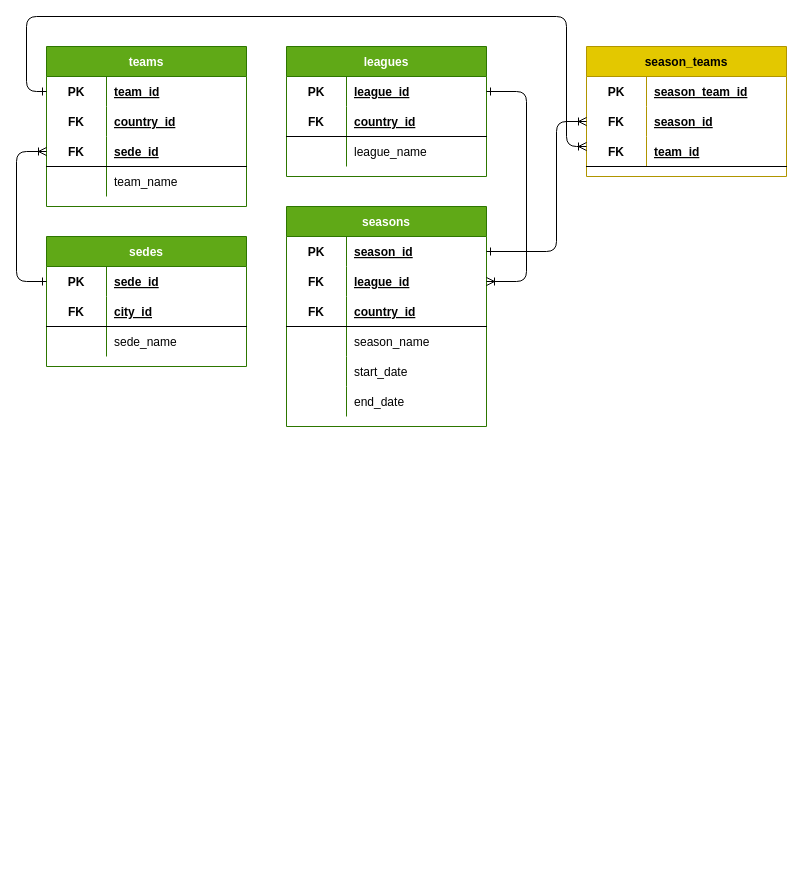
This is page "model" (2 of 2) of soccer_model.drawio from r3card0/soccer.stats, a draw.io file, before an edit. Source tidied: cells renumbered, new cells numbered last; positions are measured from the earlier drawing's top-left corner, leaving out a move shared by most shapes. Both pictures are drawn from the tidied source at 100%, with x=0, y=0 at pixel (16, 16).
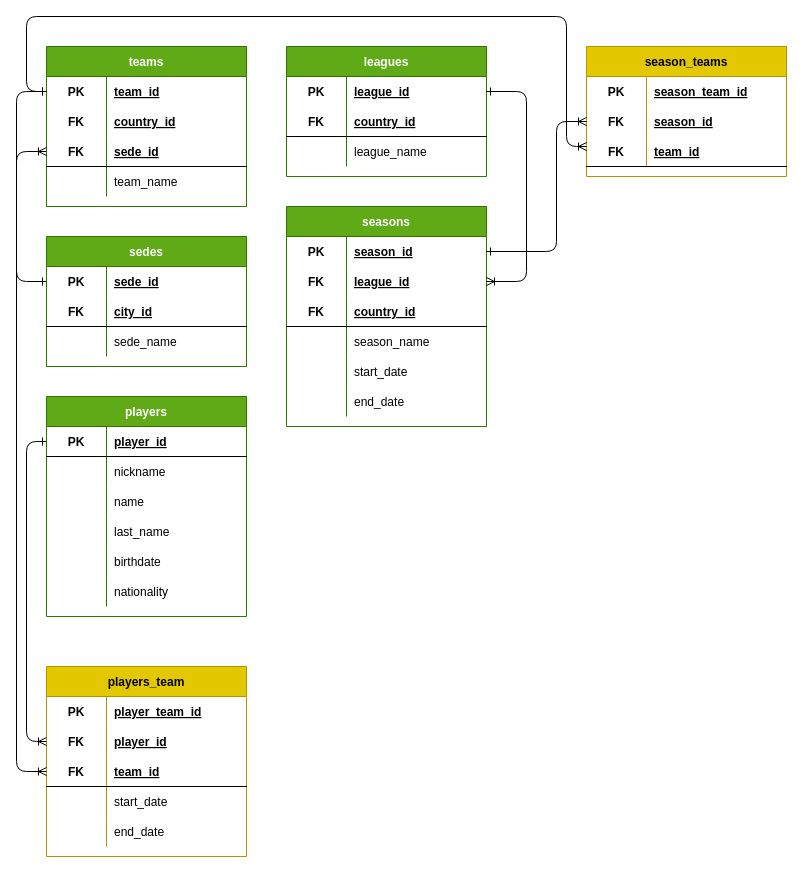
After the change.

Commit message:
players team model added

The change refers to these unchanged cells:
```xml
<mxCell id="3" style="shape=partialRectangle;fillColor=none;top=0;left=0;bottom=0;right=0;points=[[0,0.5],[1,0.5]];portConstraint=eastwest;" parent="2" vertex="1">
  <mxGeometry y="30" width="200" height="30" as="geometry" />
</mxCell>
```

What changed in the source:
```diff
@@
+    <mxCell id="68" value="players" style="shape=table;startSize=30;childLayout=tableLayout;rowLines=0;fontStyle=1;align=center;fillColor=#60a917;fontColor=#ffffff;strokeColor=#2D7600;" parent="1" vertex="1">
+      <mxGeometry x="30" y="380" width="200" height="220" as="geometry" />
+    </mxCell>
+    <mxCell id="69" style="shape=partialRectangle;fillColor=none;top=0;left=0;bottom=1;right=0;points=[[0,0.5],[1,0.5]];portConstraint=eastwest;" parent="68" vertex="1">
+      <mxGeometry y="30" width="200" height="30" as="geometry" />
+    </mxCell>
+    <mxCell id="70" value="PK" style="shape=partialRectangle;fillColor=none;top=0;left=0;bottom=0;right=0;fontStyle=1;overflow=hidden;" parent="69" vertex="1">
+      <mxGeometry width="60" height="30" as="geometry" />
+    </mxCell>
+    <mxCell id="71" value="player_id" style="shape=partialRectangle;fillColor=none;top=0;left=0;bottom=0;right=0;align=left;spacingLeft=6;fontStyle=5;overflow=hidden;" parent="69" vertex="1">
+      <mxGeometry x="60" width="140" height="30" as="geometry" />
+    </mxCell>
+    <mxCell id="72" style="shape=partialRectangle;fillColor=none;top=0;left=0;bottom=0;right=0;" parent="68" vertex="1">
+      <mxGeometry y="60" width="200" height="30" as="geometry" />
+    </mxCell>
+    <mxCell id="73" style="shape=partialRectangle;fillColor=none;top=0;left=0;bottom=0;right=0;overflow=hidden;" parent="72" vertex="1">
+      <mxGeometry width="60" height="30" as="geometry" />
+    </mxCell>
+    <mxCell id="74" value="nickname" style="shape=partialRectangle;fillColor=none;top=0;left=0;bottom=0;right=0;align=left;spacingLeft=6;overflow=hidden;" parent="72" vertex="1">
+      <mxGeometry x="60" width="140" height="30" as="geometry" />
+    </mxCell>
+    <mxCell id="75" style="shape=partialRectangle;fillColor=none;top=0;left=0;bottom=0;right=0;" parent="68" vertex="1">
+      <mxGeometry y="90" width="200" height="30" as="geometry" />
+    </mxCell>
+    <mxCell id="76" style="shape=partialRectangle;fillColor=none;top=0;left=0;bottom=0;right=0;overflow=hidden;" parent="75" vertex="1">
+      <mxGeometry width="60" height="30" as="geometry" />
+    </mxCell>
+    <mxCell id="77" value="name" style="shape=partialRectangle;fillColor=none;top=0;left=0;bottom=0;right=0;align=left;spacingLeft=6;overflow=hidden;" parent="75" vertex="1">
+      <mxGeometry x="60" width="140" height="30" as="geometry" />
+    </mxCell>
+    <mxCell id="78" style="shape=partialRectangle;fillColor=none;top=0;left=0;bottom=0;right=0;" parent="68" vertex="1">
+      <mxGeometry y="120" width="200" height="30" as="geometry" />
+    </mxCell>
+    <mxCell id="79" style="shape=partialRectangle;fillColor=none;top=0;left=0;bottom=0;right=0;overflow=hidden;" parent="78" vertex="1">
+      <mxGeometry width="60" height="30" as="geometry" />
+    </mxCell>
+    <mxCell id="80" value="last_name" style="shape=partialRectangle;fillColor=none;top=0;left=0;bottom=0;right=0;align=left;spacingLeft=6;overflow=hidden;" parent="78" vertex="1">
+      <mxGeometry x="60" width="140" height="30" as="geometry" />
+    </mxCell>
+    <mxCell id="81" style="shape=partialRectangle;fillColor=none;top=0;left=0;bottom=0;right=0;" parent="68" vertex="1">
+      <mxGeometry y="150" width="200" height="30" as="geometry" />
+    </mxCell>
+    <mxCell id="82" style="shape=partialRectangle;fillColor=none;top=0;left=0;bottom=0;right=0;overflow=hidden;" parent="81" vertex="1">
+      <mxGeometry width="60" height="30" as="geometry" />
+    </mxCell>
+    <mxCell id="83" value="birthdate" style="shape=partialRectangle;fillColor=none;top=0;left=0;bottom=0;right=0;align=left;spacingLeft=6;overflow=hidden;" parent="81" vertex="1">
+      <mxGeometry x="60" width="140" height="30" as="geometry" />
+    </mxCell>
+    <mxCell id="84" style="shape=partialRectangle;fillColor=none;top=0;left=0;bottom=0;right=0;" parent="68" vertex="1">
+      <mxGeometry y="180" width="200" height="30" as="geometry" />
+    </mxCell>
+    <mxCell id="85" style="shape=partialRectangle;fillColor=none;top=0;left=0;bottom=0;right=0;overflow=hidden;" parent="84" vertex="1">
+      <mxGeometry width="60" height="30" as="geometry" />
+    </mxCell>
+    <mxCell id="86" value="nationality" style="shape=partialRectangle;fillColor=none;top=0;left=0;bottom=0;right=0;align=left;spacingLeft=6;overflow=hidden;" parent="84" vertex="1">
+      <mxGeometry x="60" width="140" height="30" as="geometry" />
+    </mxCell>
+    <mxCell id="87" value="players_team" style="shape=table;startSize=30;childLayout=tableLayout;rowLines=0;fontStyle=1;align=center;fillColor=#e3c800;fontColor=#000000;strokeColor=#B09500;" parent="1" vertex="1">
+      <mxGeometry x="30" y="650" width="200" height="190" as="geometry" />
+    </mxCell>
+    <mxCell id="88" style="shape=partialRectangle;fillColor=none;top=0;left=0;bottom=0;right=0;" parent="87" vertex="1">
+      <mxGeometry y="30" width="200" height="30" as="geometry" />
+    </mxCell>
+    <mxCell id="89" value="PK" style="shape=partialRectangle;fillColor=none;top=0;left=0;bottom=0;right=0;fontStyle=1;overflow=hidden;" parent="88" vertex="1">
+      <mxGeometry width="60" height="30" as="geometry" />
+    </mxCell>
+    <mxCell id="90" value="player_team_id" style="shape=partialRectangle;fillColor=none;top=0;left=0;bottom=0;right=0;align=left;spacingLeft=6;fontStyle=5;overflow=hidden;" parent="88" vertex="1">
+      <mxGeometry x="60" width="140" height="30" as="geometry" />
+    </mxCell>
+    <mxCell id="91" style="shape=partialRectangle;fillColor=none;top=0;left=0;bottom=0;right=0;points=[[0,0.5],[1,0.5]];portConstraint=eastwest;" parent="87" vertex="1">
+      <mxGeometry y="60" width="200" height="30" as="geometry" />
+    </mxCell>
+    <mxCell id="92" value="FK" style="shape=partialRectangle;fillColor=none;top=0;left=0;bottom=0;right=0;fontStyle=1;overflow=hidden;" parent="91" vertex="1">
+      <mxGeometry width="60" height="30" as="geometry" />
+    </mxCell>
+    <mxCell id="93" value="player_id" style="shape=partialRectangle;fillColor=none;top=0;left=0;bottom=0;right=0;align=left;spacingLeft=6;fontStyle=5;overflow=hidden;" parent="91" vertex="1">
+      <mxGeometry x="60" width="140" height="30" as="geometry" />
+    </mxCell>
+    <mxCell id="94" style="shape=partialRectangle;fillColor=none;top=0;left=0;bottom=1;right=0;points=[[0,0.5],[1,0.5]];portConstraint=eastwest;" parent="87" vertex="1">
+      <mxGeometry y="90" width="200" height="30" as="geometry" />
+    </mxCell>
+    <mxCell id="95" value="FK" style="shape=partialRectangle;fillColor=none;top=0;left=0;bottom=0;right=0;fontStyle=1;overflow=hidden;" parent="94" vertex="1">
+      <mxGeometry width="60" height="30" as="geometry" />
+    </mxCell>
+    <mxCell id="96" value="team_id" style="shape=partialRectangle;fillColor=none;top=0;left=0;bottom=0;right=0;align=left;spacingLeft=6;fontStyle=5;overflow=hidden;" parent="94" vertex="1">
+      <mxGeometry x="60" width="140" height="30" as="geometry" />
+    </mxCell>
+    <mxCell id="97" style="shape=partialRectangle;fillColor=none;top=0;left=0;bottom=0;right=0;" parent="87" vertex="1">
+      <mxGeometry y="120" width="200" height="30" as="geometry" />
+    </mxCell>
+    <mxCell id="98" style="shape=partialRectangle;fillColor=none;top=0;left=0;bottom=0;right=0;overflow=hidden;" parent="97" vertex="1">
+      <mxGeometry width="60" height="30" as="geometry" />
+    </mxCell>
+    <mxCell id="99" value="start_date" style="shape=partialRectangle;fillColor=none;top=0;left=0;bottom=0;right=0;align=left;spacingLeft=6;overflow=hidden;" parent="97" vertex="1">
+      <mxGeometry x="60" width="140" height="30" as="geometry" />
+    </mxCell>
+    <mxCell id="100" style="shape=partialRectangle;fillColor=none;top=0;left=0;bottom=0;right=0;" parent="87" vertex="1">
+      <mxGeometry y="150" width="200" height="30" as="geometry" />
+    </mxCell>
+    <mxCell id="101" style="shape=partialRectangle;fillColor=none;top=0;left=0;bottom=0;right=0;overflow=hidden;" parent="100" vertex="1">
+      <mxGeometry width="60" height="30" as="geometry" />
+    </mxCell>
+    <mxCell id="102" value="end_date" style="shape=partialRectangle;fillColor=none;top=0;left=0;bottom=0;right=0;align=left;spacingLeft=6;overflow=hidden;" parent="100" vertex="1">
+      <mxGeometry x="60" width="140" height="30" as="geometry" />
+    </mxCell>
+    <mxCell id="103" style="edgeStyle=none;html=1;entryX=0;entryY=0.5;entryDx=0;entryDy=0;startArrow=ERone;startFill=0;endArrow=ERoneToMany;endFill=0;exitX=0;exitY=0.5;exitDx=0;exitDy=0;" parent="1" edge="1" source="3" target="94">
+      <mxGeometry relative="1" as="geometry">
+        <Array as="points">
+          <mxPoint y="75" />
+          <mxPoint y="755" />
+        </Array>
+      </mxGeometry>
+    </mxCell>
+    <mxCell id="104" style="edgeStyle=none;html=1;entryX=0;entryY=0.5;entryDx=0;entryDy=0;startArrow=ERone;startFill=0;endArrow=ERoneToMany;endFill=0;exitX=0;exitY=0.5;exitDx=0;exitDy=0;" parent="1" edge="1" source="69" target="91">
+      <mxGeometry relative="1" as="geometry">
+        <Array as="points">
+          <mxPoint x="10" y="425" />
+          <mxPoint x="10" y="725" />
+        </Array>
+      </mxGeometry>
+    </mxCell>
```
